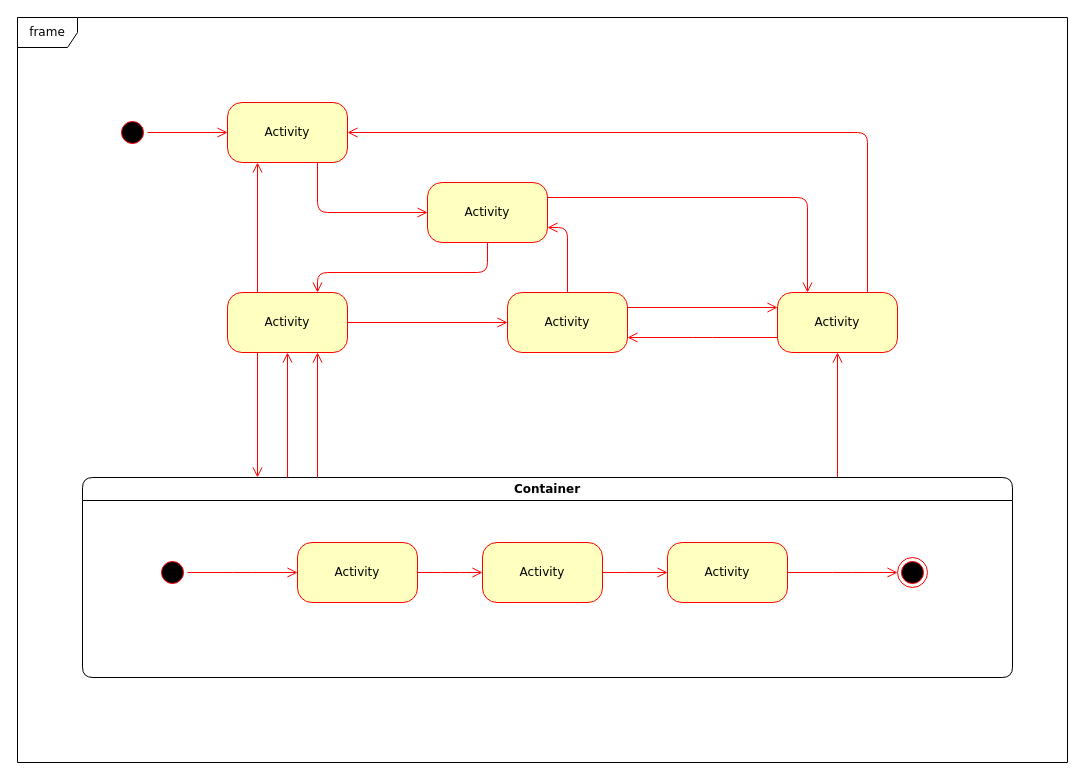
Above: 未命名绘图.drawio in yangjy15033/draw.io (draw.io), before the change. Source tidied: cells renumbered, new cells numbered last; positions are measured from the earlier drawing's top-left corner, leaving out a move shared by most shapes. Both pictures are drawn from the tidied source at 100%, with x=0, y=0 at pixel (17, 17).
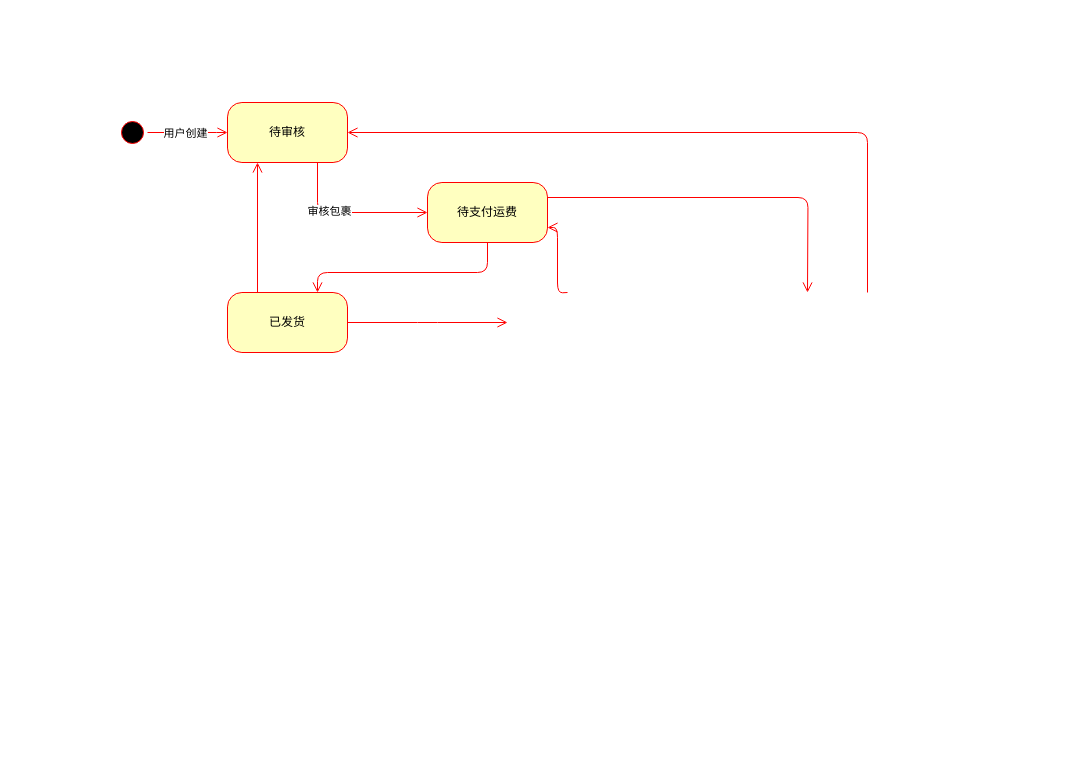
The same diagram, later.

Commit message (it also covers changes not shown here):
更新未命名绘图.drawio

The change refers to these unchanged cells:
```xml
<mxCell id="2" style="ellipse;html=1;shape=startState;fillColor=#000000;strokeColor=#ff0000;rounded=1;shadow=0;comic=0;labelBackgroundColor=none;fontFamily=Verdana;fontSize=12;fontColor=#000000;align=center;direction=south;" parent="1" vertex="1">
  <mxGeometry x="100" y="100" width="30" height="30" as="geometry" />
</mxCell>
<mxCell id="24" style="edgeStyle=orthogonalEdgeStyle;html=1;labelBackgroundColor=none;endArrow=open;endSize=8;strokeColor=#ff0000;fontFamily=Verdana;fontSize=12;align=left;entryX=0;entryY=0.5;" parent="1" edge="1" source="4" target="6">
  <mxGeometry relative="1" as="geometry">
    <Array as="points">
      <mxPoint x="300" y="195" />
    </Array>
  </mxGeometry>
</mxCell>
```

The edit, as a diff of the source:
```diff
@@
-    <mxCell id="3" value="Activity" style="rounded=1;whiteSpace=wrap;html=1;arcSize=24;fillColor=#ffffc0;strokeColor=#ff0000;shadow=0;comic=0;labelBackgroundColor=none;fontFamily=Verdana;fontSize=12;fontColor=#000000;align=center;" parent="1" vertex="1">
+    <mxCell id="3" value="已发货" style="rounded=1;whiteSpace=wrap;html=1;arcSize=24;fillColor=#ffffc0;strokeColor=#ff0000;shadow=0;comic=0;labelBackgroundColor=none;fontFamily=Verdana;fontSize=12;fontColor=#000000;align=center;" parent="1" vertex="1">
       <mxGeometry x="210" y="275" width="120" height="60" as="geometry" />
     </mxCell>
-    <mxCell id="4" value="Activity" style="rounded=1;whiteSpace=wrap;html=1;arcSize=24;fillColor=#ffffc0;strokeColor=#ff0000;shadow=0;comic=0;labelBackgroundColor=none;fontFamily=Verdana;fontSize=12;fontColor=#000000;align=center;" parent="1" vertex="1">
+    <mxCell id="4" value="待审核" style="rounded=1;whiteSpace=wrap;html=1;arcSize=24;fillColor=#ffffc0;strokeColor=#ff0000;shadow=0;comic=0;labelBackgroundColor=none;fontFamily=Verdana;fontSize=12;fontColor=#000000;align=center;" parent="1" vertex="1">
       <mxGeometry x="210" y="85" width="120" height="60" as="geometry" />
     </mxCell>
-    <mxCell id="5" style="edgeStyle=orthogonalEdgeStyle;html=1;exitX=1;exitY=0.25;entryX=0.25;entryY=0;labelBackgroundColor=none;endArrow=open;endSize=8;strokeColor=#ff0000;fontFamily=Verdana;fontSize=12;align=left;" parent="1" edge="1" source="6" target="9">
-      <mxGeometry relative="1" as="geometry" />
+    <mxCell id="5" style="edgeStyle=orthogonalEdgeStyle;html=1;exitX=1;exitY=0.25;entryX=0.25;entryY=0;labelBackgroundColor=none;endArrow=open;endSize=8;strokeColor=#ff0000;fontFamily=Verdana;fontSize=12;align=left;" parent="1" edge="1" source="6">
+      <mxGeometry relative="1" as="geometry">
+        <mxPoint x="790" y="275" as="targetPoint" />
+      </mxGeometry>
     </mxCell>
-    <mxCell id="6" value="Activity" style="rounded=1;whiteSpace=wrap;html=1;arcSize=24;fillColor=#ffffc0;strokeColor=#ff0000;shadow=0;comic=0;labelBackgroundColor=none;fontFamily=Verdana;fontSize=12;fontColor=#000000;align=center;" parent="1" vertex="1">
+    <mxCell id="6" value="待支付运费" style="rounded=1;whiteSpace=wrap;html=1;arcSize=24;fillColor=#ffffc0;strokeColor=#ff0000;shadow=0;comic=0;labelBackgroundColor=none;fontFamily=Verdana;fontSize=12;fontColor=#000000;align=center;" parent="1" vertex="1">
       <mxGeometry x="410" y="165" width="120" height="60" as="geometry" />
     </mxCell>
-    <mxCell id="7" style="edgeStyle=orthogonalEdgeStyle;html=1;exitX=0.75;exitY=0;entryX=1;entryY=0.5;labelBackgroundColor=none;endArrow=open;endSize=8;strokeColor=#ff0000;fontFamily=Verdana;fontSize=12;align=left;" parent="1" edge="1" source="9" target="4">
+    <mxCell id="7" style="edgeStyle=orthogonalEdgeStyle;html=1;exitX=0.75;exitY=0;entryX=1;entryY=0.5;labelBackgroundColor=none;endArrow=open;endSize=8;strokeColor=#ff0000;fontFamily=Verdana;fontSize=12;align=left;" parent="1" edge="1" target="4">
       <mxGeometry relative="1" as="geometry">
+        <mxPoint x="850" y="275" as="sourcePoint" />
         <Array as="points">
           <mxPoint x="850" y="115" />
         </Array>
       </mxGeometry>
     </mxCell>
-    <mxCell id="8" style="edgeStyle=elbowEdgeStyle;html=1;exitX=0;exitY=0.75;entryX=1;entryY=0.75;labelBackgroundColor=none;endArrow=open;endSize=8;strokeColor=#ff0000;fontFamily=Verdana;fontSize=12;align=left;" parent="1" edge="1" source="9" target="10">
-      <mxGeometry relative="1" as="geometry" />
-    </mxCell>
-    <mxCell id="9" value="Activity" style="rounded=1;whiteSpace=wrap;html=1;arcSize=24;fillColor=#ffffc0;strokeColor=#ff0000;shadow=0;comic=0;labelBackgroundColor=none;fontFamily=Verdana;fontSize=12;fontColor=#000000;align=center;" parent="1" vertex="1">
-      <mxGeometry x="760" y="275" width="120" height="60" as="geometry" />
-    </mxCell>
-    <mxCell id="10" value="Activity" style="rounded=1;whiteSpace=wrap;html=1;arcSize=24;fillColor=#ffffc0;strokeColor=#ff0000;shadow=0;comic=0;labelBackgroundColor=none;fontFamily=Verdana;fontSize=12;fontColor=#000000;align=center;" parent="1" vertex="1">
-      <mxGeometry x="490" y="275" width="120" height="60" as="geometry" />
-    </mxCell>
-    <mxCell id="11" style="edgeStyle=elbowEdgeStyle;html=1;labelBackgroundColor=none;endArrow=open;endSize=8;strokeColor=#ff0000;fontFamily=Verdana;fontSize=12;align=left;" parent="1" edge="1" source="12" target="9">
-      <mxGeometry relative="1" as="geometry" />
-    </mxCell>
-    <mxCell id="12" value="Container" style="swimlane;whiteSpace=wrap;html=1;rounded=1;shadow=0;comic=0;labelBackgroundColor=none;strokeWidth=1;fontFamily=Verdana;fontSize=12;align=center;" parent="1" vertex="1">
-      <mxGeometry x="65" y="460" width="930" height="200" as="geometry" />
-    </mxCell>
-    <mxCell id="13" style="edgeStyle=elbowEdgeStyle;html=1;labelBackgroundColor=none;endArrow=open;endSize=8;strokeColor=#ff0000;fontFamily=Verdana;fontSize=12;align=left;" parent="12" edge="1" source="14" target="19">
-      <mxGeometry relative="1" as="geometry" />
-    </mxCell>
-    <mxCell id="14" value="Activity" style="rounded=1;whiteSpace=wrap;html=1;arcSize=24;fillColor=#ffffc0;strokeColor=#ff0000;shadow=0;comic=0;labelBackgroundColor=none;fontFamily=Verdana;fontSize=12;fontColor=#000000;align=center;" parent="12" vertex="1">
-      <mxGeometry x="215" y="65" width="120" height="60" as="geometry" />
-    </mxCell>
-    <mxCell id="15" style="ellipse;html=1;shape=endState;fillColor=#000000;strokeColor=#ff0000;rounded=1;shadow=0;comic=0;labelBackgroundColor=none;fontFamily=Verdana;fontSize=12;fontColor=#000000;align=center;" parent="12" vertex="1">
-      <mxGeometry x="815" y="80" width="30" height="30" as="geometry" />
-    </mxCell>
-    <mxCell id="16" style="edgeStyle=elbowEdgeStyle;html=1;labelBackgroundColor=none;endArrow=open;endSize=8;strokeColor=#ff0000;fontFamily=Verdana;fontSize=12;align=left;" parent="12" edge="1" source="17" target="14">
-      <mxGeometry relative="1" as="geometry" />
-    </mxCell>
-    <mxCell id="17" style="ellipse;html=1;shape=startState;fillColor=#000000;strokeColor=#ff0000;rounded=1;shadow=0;comic=0;labelBackgroundColor=none;fontFamily=Verdana;fontSize=12;fontColor=#000000;align=center;direction=south;" parent="12" vertex="1">
-      <mxGeometry x="75" y="80" width="30" height="30" as="geometry" />
-    </mxCell>
-    <mxCell id="18" style="edgeStyle=elbowEdgeStyle;html=1;labelBackgroundColor=none;endArrow=open;endSize=8;strokeColor=#ff0000;fontFamily=Verdana;fontSize=12;align=left;" parent="12" edge="1" source="19" target="21">
-      <mxGeometry relative="1" as="geometry" />
-    </mxCell>
-    <mxCell id="19" value="Activity" style="rounded=1;whiteSpace=wrap;html=1;arcSize=24;fillColor=#ffffc0;strokeColor=#ff0000;shadow=0;comic=0;labelBackgroundColor=none;fontFamily=Verdana;fontSize=12;fontColor=#000000;align=center;" parent="12" vertex="1">
-      <mxGeometry x="400" y="65" width="120" height="60" as="geometry" />
-    </mxCell>
-    <mxCell id="20" style="edgeStyle=elbowEdgeStyle;html=1;labelBackgroundColor=none;endArrow=open;endSize=8;strokeColor=#ff0000;fontFamily=Verdana;fontSize=12;align=left;" parent="12" edge="1" source="21" target="15">
-      <mxGeometry relative="1" as="geometry" />
-    </mxCell>
-    <mxCell id="21" value="Activity" style="rounded=1;whiteSpace=wrap;html=1;arcSize=24;fillColor=#ffffc0;strokeColor=#ff0000;shadow=0;comic=0;labelBackgroundColor=none;fontFamily=Verdana;fontSize=12;fontColor=#000000;align=center;" parent="12" vertex="1">
-      <mxGeometry x="585" y="65" width="120" height="60" as="geometry" />
-    </mxCell>
-    <mxCell id="22" value="frame" style="shape=umlFrame;whiteSpace=wrap;html=1;rounded=1;shadow=0;comic=0;labelBackgroundColor=none;strokeWidth=1;fontFamily=Verdana;fontSize=12;align=center;" parent="1" vertex="1">
-      <mxGeometry width="1050" height="745" as="geometry" />
-    </mxCell>
     <mxCell id="23" style="edgeStyle=orthogonalEdgeStyle;html=1;labelBackgroundColor=none;endArrow=open;endSize=8;strokeColor=#ff0000;fontFamily=Verdana;fontSize=12;align=left;" parent="1" edge="1" source="2" target="4">
-      <mxGeometry relative="1" as="geometry" />
+      <mxGeometry relative="1" as="geometry">
+        <Array as="points">
+          <mxPoint x="190" y="115" />
+          <mxPoint x="190" y="115" />
+        </Array>
+      </mxGeometry>
     </mxCell>
+    <mxCell id="33" value="用户创建" style="edgeLabel;html=1;align=center;verticalAlign=middle;" parent="23" vertex="1">
+      <mxGeometry x="-0.07" relative="1" as="geometry" />
+    </mxCell>
@@
+    <mxCell id="34" value="审核包裹" style="edgeLabel;html=1;align=center;verticalAlign=middle;" parent="24" vertex="1">
+      <mxGeometry x="-0.24" y="2" relative="1" as="geometry" />
+    </mxCell>
@@
-    <mxCell id="27" style="edgeStyle=orthogonalEdgeStyle;html=1;exitX=1;exitY=0.5;entryX=0;entryY=0.5;labelBackgroundColor=none;endArrow=open;endSize=8;strokeColor=#ff0000;fontFamily=Verdana;fontSize=12;align=left;" parent="1" edge="1" source="3" target="10">
-      <mxGeometry relative="1" as="geometry" />
+    <mxCell id="27" style="edgeStyle=orthogonalEdgeStyle;html=1;exitX=1;exitY=0.5;entryX=0;entryY=0.5;labelBackgroundColor=none;endArrow=open;endSize=8;strokeColor=#ff0000;fontFamily=Verdana;fontSize=12;align=left;" parent="1" edge="1" source="3">
+      <mxGeometry relative="1" as="geometry">
+        <mxPoint x="490" y="305" as="targetPoint" />
+      </mxGeometry>
     </mxCell>
-    <mxCell id="28" style="edgeStyle=orthogonalEdgeStyle;html=1;exitX=0.5;exitY=0;entryX=1;entryY=0.75;labelBackgroundColor=none;endArrow=open;endSize=8;strokeColor=#ff0000;fontFamily=Verdana;fontSize=12;align=left;" parent="1" edge="1" source="10" target="6">
-      <mxGeometry relative="1" as="geometry" />
+    <mxCell id="28" style="edgeStyle=orthogonalEdgeStyle;html=1;exitX=0.5;exitY=0;entryX=1;entryY=0.75;labelBackgroundColor=none;endArrow=open;endSize=8;strokeColor=#ff0000;fontFamily=Verdana;fontSize=12;align=left;" parent="1" edge="1" target="6">
+      <mxGeometry relative="1" as="geometry">
+        <mxPoint x="550" y="275" as="sourcePoint" />
+      </mxGeometry>
     </mxCell>
-    <mxCell id="29" style="edgeStyle=orthogonalEdgeStyle;html=1;exitX=1;exitY=0.25;entryX=0;entryY=0.25;labelBackgroundColor=none;endArrow=open;endSize=8;strokeColor=#ff0000;fontFamily=Verdana;fontSize=12;align=left;" parent="1" edge="1" source="10" target="9">
-      <mxGeometry relative="1" as="geometry" />
-    </mxCell>
-    <mxCell id="30" style="edgeStyle=elbowEdgeStyle;html=1;labelBackgroundColor=none;endArrow=open;endSize=8;strokeColor=#ff0000;fontFamily=Verdana;fontSize=12;align=left;entryX=0.75;entryY=1;" parent="1" edge="1" source="12" target="3">
-      <mxGeometry relative="1" as="geometry" />
-    </mxCell>
-    <mxCell id="31" style="edgeStyle=elbowEdgeStyle;html=1;labelBackgroundColor=none;endArrow=open;endSize=8;strokeColor=#ff0000;fontFamily=Verdana;fontSize=12;align=left;entryX=0.5;entryY=1;" parent="1" edge="1" source="12" target="3">
-      <mxGeometry relative="1" as="geometry" />
-    </mxCell>
-    <mxCell id="32" style="edgeStyle=elbowEdgeStyle;html=1;labelBackgroundColor=none;endArrow=open;endSize=8;strokeColor=#ff0000;fontFamily=Verdana;fontSize=12;align=left;exitX=0.25;exitY=1;" parent="1" edge="1" source="3" target="12">
-      <mxGeometry relative="1" as="geometry" />
-    </mxCell>
```
